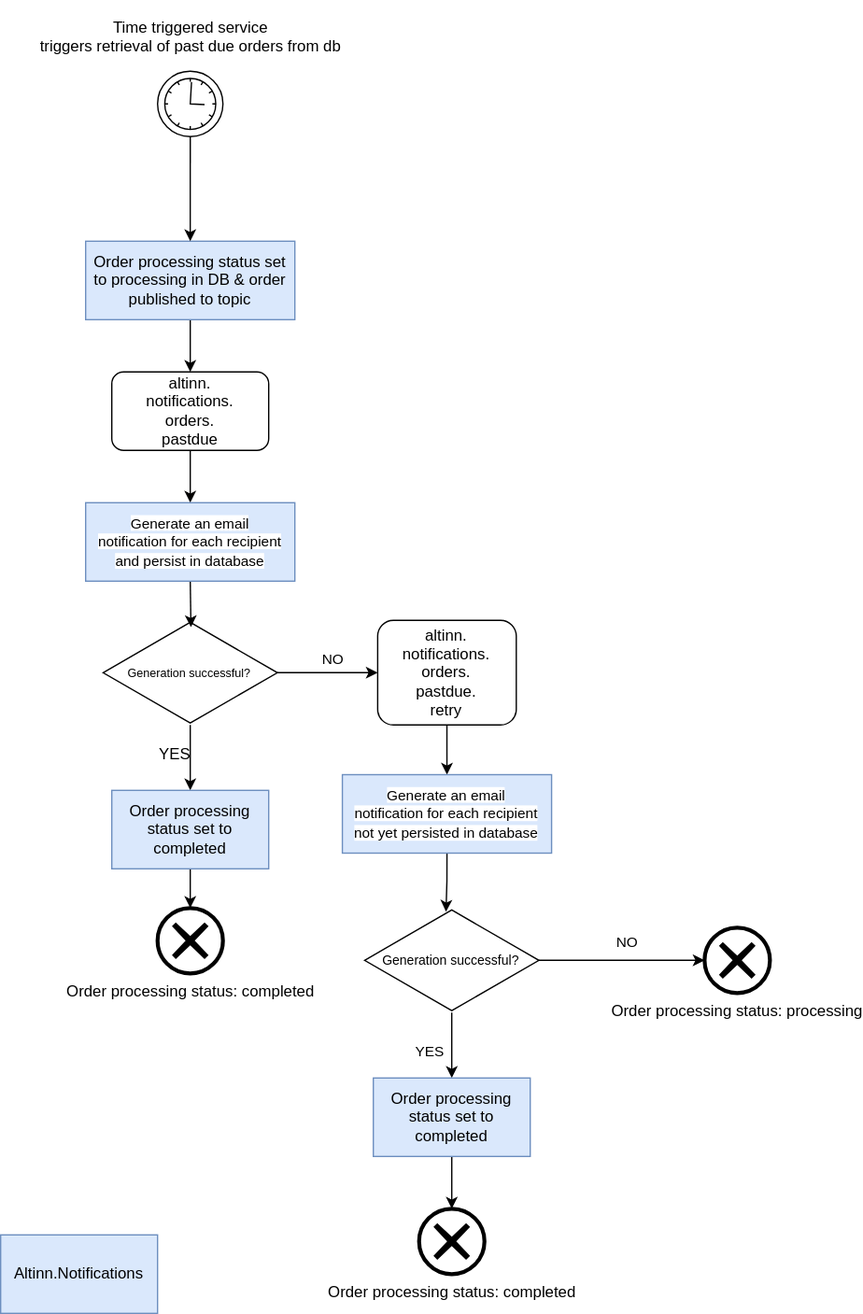
Before: content/notifications/architecture/flowchart-order-process.drawio.svg, a diagram exported from draw.io (Altinn/altinn-studio-docs). Source tidied: cells renumbered, new cells last; positions are measured from the earlier drawing's top-left corner, leaving out a move shared by most shapes.
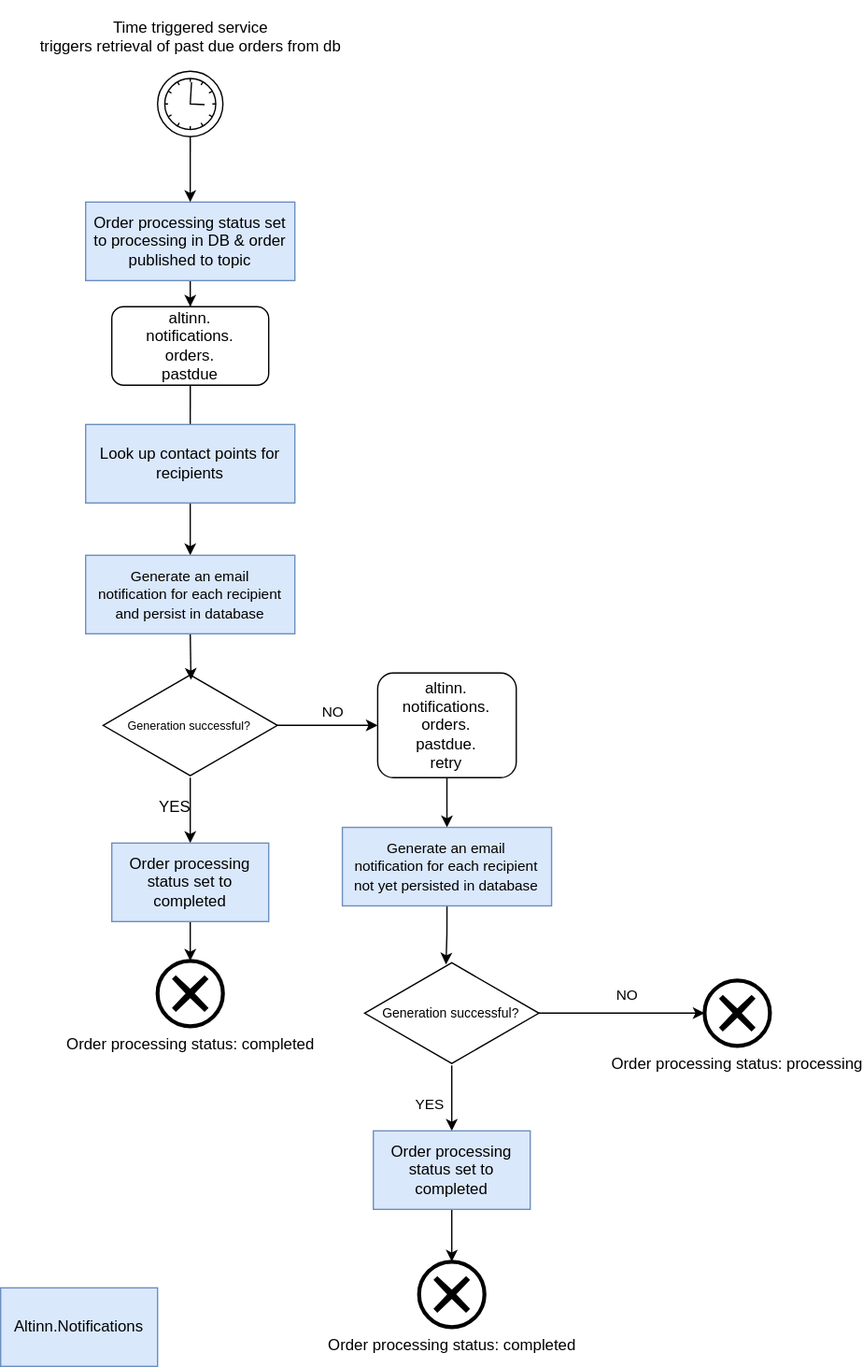
The same diagram one commit later.

Commit message:
documented notification to offical address

Change to the diagram source:
```diff
@@ -6,7 +6,7 @@
       <mxGeometry relative="1" as="geometry" />
     </mxCell>
     <mxCell id="3" value="altinn.&lt;br&gt;notifications.&lt;br&gt;orders.&lt;br&gt;pastdue" style="rounded=1;whiteSpace=wrap;html=1;" parent="1" vertex="1">
-      <mxGeometry x="85" y="230" width="120" height="60" as="geometry" />
+      <mxGeometry x="85" y="140" width="120" height="60" as="geometry" />
     </mxCell>
     <mxCell id="4" style="edgeStyle=orthogonalEdgeStyle;rounded=0;jettySize=auto;html=1;entryX=0.5;entryY=0;entryDx=0;entryDy=0;" parent="1" edge="1" source="14" target="3">
       <mxGeometry relative="1" as="geometry" />
@@ -32,14 +32,14 @@
     <mxCell id="11" style="edgeStyle=orthogonalEdgeStyle;rounded=0;jettySize=auto;html=1;exitX=0.5;exitY=1;exitDx=0;exitDy=0;entryX=0.504;entryY=0.065;entryDx=0;entryDy=0;entryPerimeter=0;" parent="1" edge="1" source="12" target="7">
       <mxGeometry relative="1" as="geometry" />
     </mxCell>
-    <mxCell id="12" value="&lt;span style=&quot;border-color: var(--border-color); font-size: 11px; background-color: rgb(255, 255, 255);&quot;&gt;Generate an email&lt;/span&gt;&lt;br style=&quot;border-color: var(--border-color); font-size: 11px;&quot;&gt;&lt;span style=&quot;border-color: var(--border-color); font-size: 11px; background-color: rgb(255, 255, 255);&quot;&gt;notification for each recipient and persist in database&lt;/span&gt;" style="rounded=0;whiteSpace=wrap;html=1;fillColor=#dae8fc;strokeColor=#6c8ebf;" parent="1" vertex="1">
+    <mxCell id="12" value="&lt;span style=&quot;border-color: var(--border-color); font-size: 11px;&quot;&gt;Generate an email&lt;/span&gt;&lt;br style=&quot;border-color: var(--border-color); font-size: 11px;&quot;&gt;&lt;span style=&quot;border-color: var(--border-color); font-size: 11px;&quot;&gt;notification for each recipient and persist in database&lt;/span&gt;" style="rounded=0;whiteSpace=wrap;html=1;fillColor=#dae8fc;strokeColor=#6c8ebf;" parent="1" vertex="1">
       <mxGeometry x="65" y="330" width="160" height="60" as="geometry" />
     </mxCell>
     <mxCell id="13" value="YES" style="text;html=1;align=center;verticalAlign=middle;strokeColor=none;fillColor=none;" parent="1" vertex="1">
       <mxGeometry x="108.3" y="508" width="50" height="30" as="geometry" />
     </mxCell>
     <mxCell id="14" value="Order processing status set to processing in DB &amp;amp; order published to topic" style="rounded=0;whiteSpace=wrap;html=1;fillColor=#dae8fc;strokeColor=#6c8ebf;" parent="1" vertex="1">
-      <mxGeometry x="65" y="130" width="160" height="60" as="geometry" />
+      <mxGeometry x="65" y="60" width="160" height="60" as="geometry" />
     </mxCell>
     <mxCell id="15" style="edgeStyle=orthogonalEdgeStyle;rounded=0;jettySize=auto;html=1;entryX=0.5;entryY=0;entryDx=0;entryDy=0;" parent="1" edge="1" source="16" target="18">
       <mxGeometry relative="1" as="geometry" />
@@ -50,7 +50,7 @@
     <mxCell id="17" style="edgeStyle=orthogonalEdgeStyle;rounded=0;jettySize=auto;html=1;exitX=0.5;exitY=1;exitDx=0;exitDy=0;entryX=0.467;entryY=0.035;entryDx=0;entryDy=0;entryPerimeter=0;" parent="1" edge="1" source="18" target="22">
       <mxGeometry relative="1" as="geometry" />
     </mxCell>
-    <mxCell id="18" value="&lt;span style=&quot;border-color: var(--border-color); font-size: 11px; background-color: rgb(255, 255, 255);&quot;&gt;Generate an email&lt;/span&gt;&lt;br style=&quot;border-color: var(--border-color); font-size: 11px;&quot;&gt;&lt;span style=&quot;border-color: var(--border-color); font-size: 11px; background-color: rgb(255, 255, 255);&quot;&gt;notification for each recipient not yet persisted in database&lt;/span&gt;" style="rounded=0;whiteSpace=wrap;html=1;fillColor=#dae8fc;strokeColor=#6c8ebf;" parent="1" vertex="1">
+    <mxCell id="18" value="&lt;span style=&quot;border-color: var(--border-color); font-size: 11px;&quot;&gt;Generate an email&lt;/span&gt;&lt;br style=&quot;border-color: var(--border-color); font-size: 11px;&quot;&gt;&lt;span style=&quot;border-color: var(--border-color); font-size: 11px;&quot;&gt;notification for each recipient not yet persisted in database&lt;/span&gt;" style="rounded=0;whiteSpace=wrap;html=1;fillColor=#dae8fc;strokeColor=#6c8ebf;labelBackgroundColor=none;labelBorderColor=none;" parent="1" vertex="1">
       <mxGeometry x="261.3" y="538" width="160" height="60" as="geometry" />
     </mxCell>
     <mxCell id="19" value="YES" style="edgeStyle=orthogonalEdgeStyle;rounded=0;jettySize=auto;html=1;entryX=0.5;entryY=0;entryDx=0;entryDy=0;" parent="1" edge="1" source="22" target="24">
@@ -88,7 +88,10 @@
       </mxGeometry>
     </mxCell>
     <mxCell id="29" style="points=[[0.145,0.145,0],[0.5,0,0],[0.855,0.145,0],[1,0.5,0],[0.855,0.855,0],[0.5,1,0],[0.145,0.855,0],[0,0.5,0]];shape=mxgraph.bpmn.event;html=1;verticalLabelPosition=bottom;labelBackgroundColor=#ffffff;verticalAlign=top;align=center;perimeter=ellipsePerimeter;outlineConnect=0;outline=standard;symbol=timer;" parent="1" vertex="1">
-      <mxGeometry x="120" width="50" height="50" as="geometry" />
+      <mxGeometry x="120" y="-40" width="50" height="50" as="geometry" />
     </mxCell>
+    <mxCell id="30" value="Look up contact points for recipients" style="rounded=0;whiteSpace=wrap;html=1;fillColor=#dae8fc;strokeColor=#6c8ebf;" parent="1" vertex="1">
+      <mxGeometry x="65" y="230" width="160" height="60" as="geometry" />
+    </mxCell>
   </root>
 </mxGraphModel>
```
